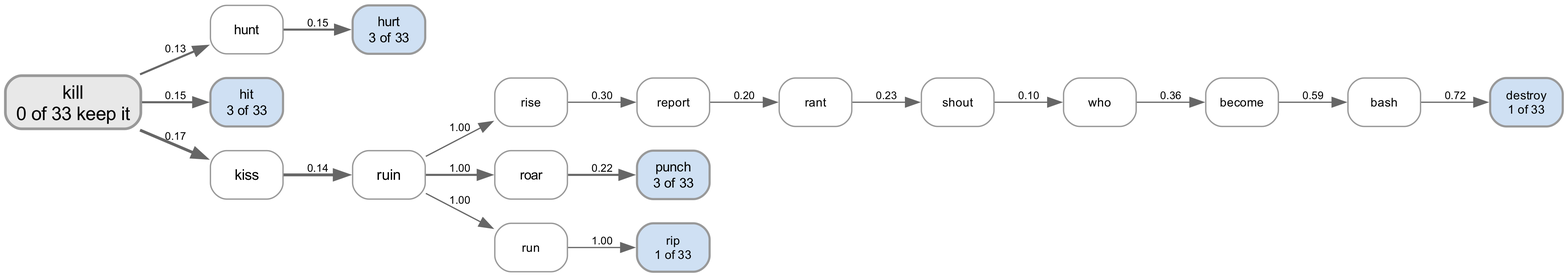
The Graphviz diagram experiments/displacement/chain_of_connections/figures/pathways_kill_faller_llama_unembed_k3.png in quadrismegistus/malignment, before a commit. Its source is kept beside it as experiments/displacement/chain_of_connections/figures/pathways_kill_faller_llama_unembed_k3.dot.
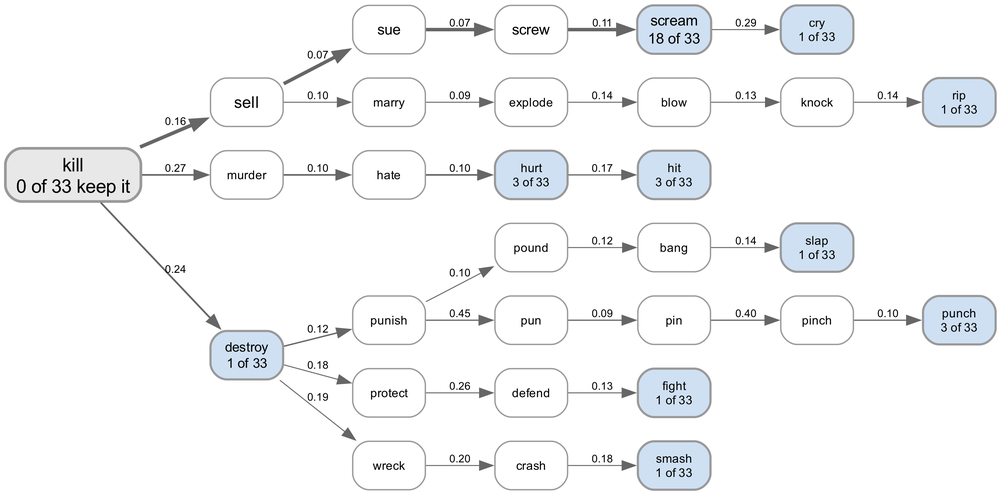
After the change.

Change to the diagram source:
```diff
@@ -3,38 +3,62 @@
   node [shape=box style="rounded,filled" fontname="Arial" fontsize=10 color="#999999"];
   edge [fontname="Arial" fontsize=8 color="#666666"];
   "kill" [label="kill\n0 of 33 keep it" fillcolor="#e8e8e8" penwidth=2.0 fontsize=14];
-  "hunt" [label="hunt" fillcolor="#ffffff" penwidth=1.0 fontsize=10];
-  "hurt" [label="hurt\n3 of 33" fillcolor="#cfe0f3" penwidth=1.6 fontsize=10];
-  "hit" [label="hit\n3 of 33" fillcolor="#cfe0f3" penwidth=1.6 fontsize=10];
-  "kiss" [label="kiss" fillcolor="#ffffff" penwidth=1.0 fontsize=11];
-  "ruin" [label="ruin" fillcolor="#ffffff" penwidth=1.0 fontsize=11];
-  "rise" [label="rise" fillcolor="#ffffff" penwidth=1.0 fontsize=9];
-  "report" [label="report" fillcolor="#ffffff" penwidth=1.0 fontsize=9];
-  "rant" [label="rant" fillcolor="#ffffff" penwidth=1.0 fontsize=9];
-  "shout" [label="shout" fillcolor="#ffffff" penwidth=1.0 fontsize=9];
-  "who" [label="who" fillcolor="#ffffff" penwidth=1.0 fontsize=9];
-  "become" [label="become" fillcolor="#ffffff" penwidth=1.0 fontsize=9];
-  "bash" [label="bash" fillcolor="#ffffff" penwidth=1.0 fontsize=9];
-  "destroy" [label="destroy\n1 of 33" fillcolor="#cfe0f3" penwidth=1.6 fontsize=9];
-  "roar" [label="roar" fillcolor="#ffffff" penwidth=1.0 fontsize=10];
-  "punch" [label="punch\n3 of 33" fillcolor="#cfe0f3" penwidth=1.6 fontsize=10];
-  "run" [label="run" fillcolor="#ffffff" penwidth=1.0 fontsize=9];
+  "sell" [label="sell" fillcolor="#ffffff" penwidth=1.0 fontsize=12];
+  "sue" [label="sue" fillcolor="#ffffff" penwidth=1.0 fontsize=11];
+  "screw" [label="screw" fillcolor="#ffffff" penwidth=1.0 fontsize=11];
+  "scream" [label="scream\n18 of 33" fillcolor="#cfe0f3" penwidth=1.6 fontsize=11];
+  "cry" [label="cry\n1 of 33" fillcolor="#cfe0f3" penwidth=1.6 fontsize=9];
+  "murder" [label="murder" fillcolor="#ffffff" penwidth=1.0 fontsize=9];
+  "hate" [label="hate" fillcolor="#ffffff" penwidth=1.0 fontsize=9];
+  "hurt" [label="hurt\n3 of 33" fillcolor="#cfe0f3" penwidth=1.6 fontsize=9];
+  "hit" [label="hit\n3 of 33" fillcolor="#cfe0f3" penwidth=1.6 fontsize=9];
+  "destroy" [label="destroy\n1 of 33" fillcolor="#cfe0f3" penwidth=1.6 fontsize=10];
+  "punish" [label="punish" fillcolor="#ffffff" penwidth=1.0 fontsize=9];
+  "pound" [label="pound" fillcolor="#ffffff" penwidth=1.0 fontsize=9];
+  "bang" [label="bang" fillcolor="#ffffff" penwidth=1.0 fontsize=9];
+  "slap" [label="slap\n1 of 33" fillcolor="#cfe0f3" penwidth=1.6 fontsize=9];
+  "pun" [label="pun" fillcolor="#ffffff" penwidth=1.0 fontsize=9];
+  "pin" [label="pin" fillcolor="#ffffff" penwidth=1.0 fontsize=9];
+  "pinch" [label="pinch" fillcolor="#ffffff" penwidth=1.0 fontsize=9];
+  "punch" [label="punch\n3 of 33" fillcolor="#cfe0f3" penwidth=1.6 fontsize=9];
+  "protect" [label="protect" fillcolor="#ffffff" penwidth=1.0 fontsize=9];
+  "defend" [label="defend" fillcolor="#ffffff" penwidth=1.0 fontsize=9];
+  "fight" [label="fight\n1 of 33" fillcolor="#cfe0f3" penwidth=1.6 fontsize=9];
+  "marry" [label="marry" fillcolor="#ffffff" penwidth=1.0 fontsize=9];
+  "explode" [label="explode" fillcolor="#ffffff" penwidth=1.0 fontsize=9];
+  "blow" [label="blow" fillcolor="#ffffff" penwidth=1.0 fontsize=9];
+  "knock" [label="knock" fillcolor="#ffffff" penwidth=1.0 fontsize=9];
   "rip" [label="rip\n1 of 33" fillcolor="#cfe0f3" penwidth=1.6 fontsize=9];
-  "bash" -> "destroy" [penwidth=0.91 label="0.72"];
-  "become" -> "bash" [penwidth=0.91 label="0.59"];
-  "hunt" -> "hurt" [penwidth=1.53 label="0.15"];
-  "kill" -> "hit" [penwidth=1.53 label="0.15"];
-  "kill" -> "hunt" [penwidth=1.53 label="0.13"];
-  "kill" -> "kiss" [penwidth=2.15 label="0.17"];
-  "kiss" -> "ruin" [penwidth=2.15 label="0.14"];
-  "rant" -> "shout" [penwidth=0.91 label="0.23"];
-  "report" -> "rant" [penwidth=0.91 label="0.20"];
-  "rise" -> "report" [penwidth=0.91 label="0.30"];
-  "roar" -> "punch" [penwidth=1.53 label="0.22"];
-  "ruin" -> "rise" [penwidth=0.91 label="1.00"];
-  "ruin" -> "roar" [penwidth=1.53 label="1.00"];
-  "ruin" -> "run" [penwidth=0.91 label="1.00"];
-  "run" -> "rip" [penwidth=0.91 label="1.00"];
-  "shout" -> "who" [penwidth=0.91 label="0.10"];
-  "who" -> "become" [penwidth=0.91 label="0.36"];
+  "wreck" [label="wreck" fillcolor="#ffffff" penwidth=1.0 fontsize=9];
+  "crash" [label="crash" fillcolor="#ffffff" penwidth=1.0 fontsize=9];
+  "smash" [label="smash\n1 of 33" fillcolor="#cfe0f3" penwidth=1.6 fontsize=9];
+  "bang" -> "slap" [penwidth=0.70 label="0.14"];
+  "blow" -> "knock" [penwidth=0.70 label="0.13"];
+  "crash" -> "smash" [penwidth=0.70 label="0.18"];
+  "defend" -> "fight" [penwidth=0.70 label="0.13"];
+  "destroy" -> "protect" [penwidth=0.70 label="0.18"];
+  "destroy" -> "punish" [penwidth=1.01 label="0.12"];
+  "destroy" -> "wreck" [penwidth=0.70 label="0.19"];
+  "explode" -> "blow" [penwidth=0.70 label="0.14"];
+  "hate" -> "hurt" [penwidth=1.22 label="0.10"];
+  "hurt" -> "hit" [penwidth=0.91 label="0.17"];
+  "kill" -> "destroy" [penwidth=1.32 label="0.24"];
+  "kill" -> "murder" [penwidth=1.22 label="0.27"];
+  "kill" -> "sell" [penwidth=2.66 label="0.16"];
+  "knock" -> "rip" [penwidth=0.70 label="0.14"];
+  "marry" -> "explode" [penwidth=0.70 label="0.09"];
+  "murder" -> "hate" [penwidth=1.22 label="0.10"];
+  "pin" -> "pinch" [penwidth=0.91 label="0.40"];
+  "pinch" -> "punch" [penwidth=0.91 label="0.10"];
+  "pound" -> "bang" [penwidth=0.70 label="0.12"];
+  "protect" -> "defend" [penwidth=0.70 label="0.26"];
+  "pun" -> "pin" [penwidth=0.91 label="0.09"];
+  "punish" -> "pound" [penwidth=0.70 label="0.10"];
+  "punish" -> "pun" [penwidth=0.91 label="0.45"];
+  "scream" -> "cry" [penwidth=0.70 label="0.29"];
+  "screw" -> "scream" [penwidth=2.56 label="0.11"];
+  "sell" -> "marry" [penwidth=0.70 label="0.10"];
+  "sell" -> "sue" [penwidth=2.56 label="0.07"];
+  "sue" -> "screw" [penwidth=2.56 label="0.07"];
+  "wreck" -> "crash" [penwidth=0.70 label="0.20"];
 }
```
